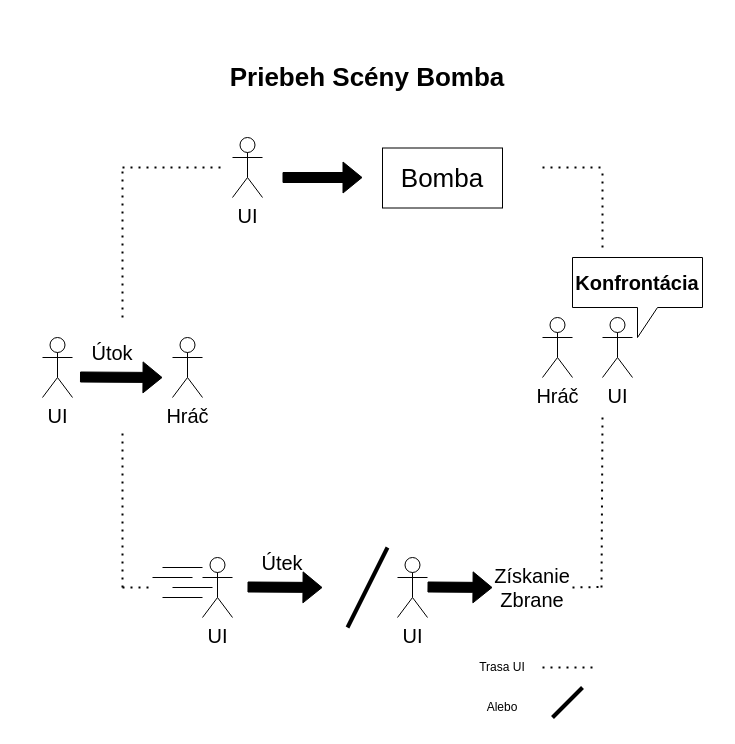
This is bomba.drawio from MatejMistik/bachelors-fear-factor, a draw.io file, before an edit. Source tidied: cells renumbered, new cells numbered last; positions are measured from the earlier drawing's top-left corner, leaving out a move shared by most shapes. Both pictures are drawn from the tidied source at 100%, with x=0, y=0 at pixel (42, 37).
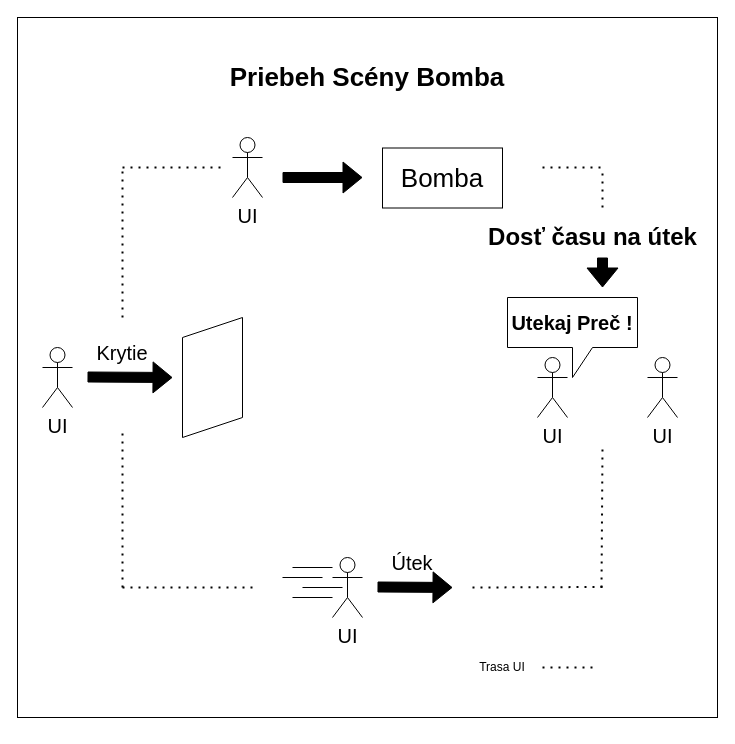
The same page after the edit.

Change to the diagram source:
```diff
@@
+    <mxCell id="37" style="whiteSpace=wrap;html=1;" parent="1" vertex="1">
+      <mxGeometry x="-25" y="-20" width="700" height="700" as="geometry" />
+    </mxCell>
@@
     <mxCell id="6" style="endArrow=none;dashed=1;html=1;dashPattern=1 3;strokeWidth=2;rounded=0;" parent="1" edge="1">
       <mxGeometry relative="1" as="geometry">
         <mxPoint x="80" y="550" as="sourcePoint" />
-        <mxPoint x="110" y="550" as="targetPoint" />
+        <mxPoint x="210" y="550" as="targetPoint" />
       </mxGeometry>
     </mxCell>
@@
     <mxCell id="9" style="endArrow=none;dashed=1;html=1;dashPattern=1 3;strokeWidth=2;rounded=0;" parent="1" edge="1">
       <mxGeometry relative="1" as="geometry">
-        <mxPoint x="530" y="550" as="sourcePoint" />
+        <mxPoint x="430" y="550" as="sourcePoint" />
         <mxPoint x="560" y="549.5" as="targetPoint" />
       </mxGeometry>
     </mxCell>
     <mxCell id="10" style="endArrow=none;dashed=1;html=1;dashPattern=1 3;strokeWidth=2;rounded=0;" parent="1" edge="1">
       <mxGeometry relative="1" as="geometry">
         <mxPoint x="559" y="550" as="sourcePoint" />
-        <mxPoint x="560" y="380" as="targetPoint" />
+        <mxPoint x="560" y="410" as="targetPoint" />
       </mxGeometry>
     </mxCell>
     <mxCell id="11" style="endArrow=none;dashed=1;html=1;dashPattern=1 3;strokeWidth=2;rounded=0;" parent="1" edge="1">
       <mxGeometry relative="1" as="geometry">
-        <mxPoint x="560" y="210" as="sourcePoint" />
+        <mxPoint x="560" y="170" as="sourcePoint" />
         <mxPoint x="560" y="130" as="targetPoint" />
       </mxGeometry>
     </mxCell>
@@
-    <mxCell id="14" value="UI" style="shape=umlActor;verticalLabelPosition=bottom;verticalAlign=top;html=1;fontSize=20;" parent="1" vertex="1">
-      <mxGeometry x="160" y="520" width="30" height="60" as="geometry" />
-    </mxCell>
-    <mxCell id="15" style="shape=flexArrow;endArrow=classic;html=1;rounded=0;fontSize=20;fillColor=#000000;" parent="1" edge="1">
-      <mxGeometry relative="1" as="geometry">
-        <mxPoint x="205" y="549.5" as="sourcePoint" />
-        <mxPoint x="280" y="550" as="targetPoint" />
-      </mxGeometry>
-    </mxCell>
-    <mxCell id="16" style="endArrow=none;html=1;rounded=0;fontSize=20;fillColor=#000000;" parent="1" edge="1">
-      <mxGeometry relative="1" as="geometry">
-        <mxPoint x="120" y="560" as="sourcePoint" />
-        <mxPoint x="160" y="560" as="targetPoint" />
-      </mxGeometry>
-    </mxCell>
-    <mxCell id="17" style="endArrow=none;html=1;rounded=0;fontSize=20;fillColor=#000000;" parent="1" edge="1">
-      <mxGeometry relative="1" as="geometry">
-        <mxPoint x="130" y="550" as="sourcePoint" />
-        <mxPoint x="170" y="550" as="targetPoint" />
-      </mxGeometry>
-    </mxCell>
-    <mxCell id="18" style="endArrow=none;html=1;rounded=0;fontSize=20;fillColor=#000000;" parent="1" edge="1">
-      <mxGeometry relative="1" as="geometry">
-        <mxPoint x="110" y="540" as="sourcePoint" />
-        <mxPoint x="150" y="540" as="targetPoint" />
-      </mxGeometry>
-    </mxCell>
-    <mxCell id="19" style="endArrow=none;html=1;rounded=0;fontSize=20;fillColor=#000000;" parent="1" edge="1">
-      <mxGeometry relative="1" as="geometry">
-        <mxPoint x="120" y="530" as="sourcePoint" />
-        <mxPoint x="160" y="530" as="targetPoint" />
-      </mxGeometry>
-    </mxCell>
-    <mxCell id="20" value="Útek" style="text;html=1;strokeColor=none;fillColor=none;align=center;verticalAlign=middle;whiteSpace=wrap;rounded=0;fontSize=20;" parent="1" vertex="1">
-      <mxGeometry x="210" y="510" width="60" height="30" as="geometry" />
-    </mxCell>
-    <mxCell id="21" style="endArrow=none;html=1;rounded=0;fontSize=40;strokeWidth=4;" parent="1" edge="1">
-      <mxGeometry relative="1" as="geometry">
-        <mxPoint x="305" y="590" as="sourcePoint" />
-        <mxPoint x="345" y="510" as="targetPoint" />
-      </mxGeometry>
-    </mxCell>
-    <mxCell id="22" style="endArrow=none;html=1;rounded=0;fontSize=40;strokeWidth=4;" parent="1" edge="1">
-      <mxGeometry relative="1" as="geometry">
-        <mxPoint x="510" y="680" as="sourcePoint" />
-        <mxPoint x="540" y="650" as="targetPoint" />
-      </mxGeometry>
-    </mxCell>
-    <mxCell id="23" value="Alebo" style="text;html=1;strokeColor=none;fillColor=none;align=center;verticalAlign=middle;whiteSpace=wrap;rounded=0;" parent="1" vertex="1">
-      <mxGeometry x="430" y="650" width="60" height="40" as="geometry" />
-    </mxCell>
     <mxCell id="24" value="&lt;font style=&quot;font-size: 20px;&quot;&gt;UI&lt;/font&gt;" style="shape=umlActor;verticalLabelPosition=bottom;verticalAlign=top;html=1;" parent="1" vertex="1">
-      <mxGeometry x="560" y="280" width="30" height="60" as="geometry" />
+      <mxGeometry x="495" y="320" width="30" height="60" as="geometry" />
     </mxCell>
-    <mxCell id="25" value="&lt;font style=&quot;font-size: 20px;&quot;&gt;Hráč&lt;/font&gt;" style="shape=umlActor;verticalLabelPosition=bottom;verticalAlign=top;html=1;" parent="1" vertex="1">
-      <mxGeometry x="500" y="280" width="30" height="60" as="geometry" />
+    <mxCell id="25" value="&lt;font style=&quot;font-size: 20px;&quot;&gt;UI&lt;/font&gt;" style="shape=umlActor;verticalLabelPosition=bottom;verticalAlign=top;html=1;" parent="1" vertex="1">
+      <mxGeometry x="605" y="320" width="30" height="60" as="geometry" />
     </mxCell>
     <mxCell id="26" style="shape=callout;whiteSpace=wrap;html=1;perimeter=calloutPerimeter;" parent="1" vertex="1">
-      <mxGeometry x="530" y="220" width="130" height="80" as="geometry" />
+      <mxGeometry x="465" y="260" width="130" height="80" as="geometry" />
     </mxCell>
-    <mxCell id="27" value="Konfrontácia" style="text;html=1;strokeColor=none;fillColor=none;align=center;verticalAlign=middle;whiteSpace=wrap;rounded=0;fontStyle=1;fontSize=20;" parent="1" vertex="1">
-      <mxGeometry x="530" y="220" width="130" height="50" as="geometry" />
+    <mxCell id="27" value="Utekaj Preč !" style="text;html=1;strokeColor=none;fillColor=none;align=center;verticalAlign=middle;whiteSpace=wrap;rounded=0;fontStyle=1;fontSize=20;" parent="1" vertex="1">
+      <mxGeometry x="465" y="260" width="130" height="50" as="geometry" />
     </mxCell>
-    <mxCell id="28" value="&lt;font style=&quot;font-size: 20px;&quot;&gt;UI&lt;/font&gt;" style="shape=umlActor;verticalLabelPosition=bottom;verticalAlign=top;html=1;" parent="1" vertex="1">
-      <mxGeometry y="300" width="30" height="60" as="geometry" />
-    </mxCell>
-    <mxCell id="29" style="shape=flexArrow;endArrow=classic;html=1;rounded=0;fontSize=20;fillColor=#000000;" parent="1" edge="1">
-      <mxGeometry relative="1" as="geometry">
-        <mxPoint x="37.5" y="339.5" as="sourcePoint" />
-        <mxPoint x="120" y="340" as="targetPoint" />
-      </mxGeometry>
-    </mxCell>
-    <mxCell id="30" value="Útok" style="text;html=1;strokeColor=none;fillColor=none;align=center;verticalAlign=middle;whiteSpace=wrap;rounded=0;fontSize=20;" parent="1" vertex="1">
-      <mxGeometry x="40" y="300" width="60" height="30" as="geometry" />
-    </mxCell>
-    <mxCell id="31" value="&lt;font style=&quot;font-size: 20px;&quot;&gt;Hráč&lt;/font&gt;" style="shape=umlActor;verticalLabelPosition=bottom;verticalAlign=top;html=1;" parent="1" vertex="1">
-      <mxGeometry x="130" y="300" width="30" height="60" as="geometry" />
-    </mxCell>
-    <mxCell id="32" value="&lt;font style=&quot;font-size: 20px;&quot;&gt;UI&lt;/font&gt;" style="shape=umlActor;verticalLabelPosition=bottom;verticalAlign=top;html=1;" parent="1" vertex="1">
-      <mxGeometry x="355" y="520" width="30" height="60" as="geometry" />
-    </mxCell>
-    <mxCell id="33" value="Získanie Zbrane" style="text;html=1;strokeColor=none;fillColor=none;align=center;verticalAlign=middle;whiteSpace=wrap;rounded=0;fontSize=20;" parent="1" vertex="1">
-      <mxGeometry x="460" y="535" width="60" height="30" as="geometry" />
-    </mxCell>
-    <mxCell id="34" style="shape=flexArrow;endArrow=classic;html=1;rounded=0;fontSize=20;fillColor=#000000;" parent="1" edge="1">
-      <mxGeometry relative="1" as="geometry">
-        <mxPoint x="385" y="549.5" as="sourcePoint" />
-        <mxPoint x="450" y="550" as="targetPoint" />
-      </mxGeometry>
-    </mxCell>
@@
+    <mxCell id="38" value="Dosť času na útek" style="text;strokeColor=none;fillColor=none;html=1;fontSize=24;fontStyle=1;verticalAlign=middle;align=center;" parent="1" vertex="1">
+      <mxGeometry x="500" y="180" width="100" height="40" as="geometry" />
+    </mxCell>
+    <mxCell id="39" value="UI" style="shape=umlActor;verticalLabelPosition=bottom;verticalAlign=top;html=1;fontSize=20;" parent="1" vertex="1">
+      <mxGeometry y="310" width="30" height="60" as="geometry" />
+    </mxCell>
+    <mxCell id="40" style="shape=flexArrow;endArrow=classic;html=1;rounded=0;fontSize=20;fillColor=#000000;" parent="1" edge="1">
+      <mxGeometry relative="1" as="geometry">
+        <mxPoint x="45" y="339.5" as="sourcePoint" />
+        <mxPoint x="130" y="340" as="targetPoint" />
+      </mxGeometry>
+    </mxCell>
+    <mxCell id="41" value="Krytie" style="text;html=1;strokeColor=none;fillColor=none;align=center;verticalAlign=middle;whiteSpace=wrap;rounded=0;fontSize=20;" parent="1" vertex="1">
+      <mxGeometry x="50" y="300" width="60" height="30" as="geometry" />
+    </mxCell>
+    <mxCell id="42" style="shape=parallelogram;perimeter=parallelogramPerimeter;whiteSpace=wrap;html=1;fixedSize=1;fontSize=20;direction=north;flipV=1;" parent="1" vertex="1">
+      <mxGeometry x="140" y="280" width="60" height="120" as="geometry" />
+    </mxCell>
+    <mxCell id="43" value="UI" style="shape=umlActor;verticalLabelPosition=bottom;verticalAlign=top;html=1;fontSize=20;" parent="1" vertex="1">
+      <mxGeometry x="290" y="520" width="30" height="60" as="geometry" />
+    </mxCell>
+    <mxCell id="44" style="shape=flexArrow;endArrow=classic;html=1;rounded=0;fontSize=20;fillColor=#000000;" parent="1" edge="1">
+      <mxGeometry relative="1" as="geometry">
+        <mxPoint x="335" y="549.5" as="sourcePoint" />
+        <mxPoint x="410" y="550" as="targetPoint" />
+      </mxGeometry>
+    </mxCell>
+    <mxCell id="45" style="endArrow=none;html=1;rounded=0;fontSize=20;fillColor=#000000;" parent="1" edge="1">
+      <mxGeometry relative="1" as="geometry">
+        <mxPoint x="250" y="560" as="sourcePoint" />
+        <mxPoint x="290" y="560" as="targetPoint" />
+      </mxGeometry>
+    </mxCell>
+    <mxCell id="46" style="endArrow=none;html=1;rounded=0;fontSize=20;fillColor=#000000;" parent="1" edge="1">
+      <mxGeometry relative="1" as="geometry">
+        <mxPoint x="260" y="550" as="sourcePoint" />
+        <mxPoint x="300" y="550" as="targetPoint" />
+      </mxGeometry>
+    </mxCell>
+    <mxCell id="47" style="endArrow=none;html=1;rounded=0;fontSize=20;fillColor=#000000;" parent="1" edge="1">
+      <mxGeometry relative="1" as="geometry">
+        <mxPoint x="240" y="540" as="sourcePoint" />
+        <mxPoint x="280" y="540" as="targetPoint" />
+      </mxGeometry>
+    </mxCell>
+    <mxCell id="48" style="endArrow=none;html=1;rounded=0;fontSize=20;fillColor=#000000;" parent="1" edge="1">
+      <mxGeometry relative="1" as="geometry">
+        <mxPoint x="250" y="530" as="sourcePoint" />
+        <mxPoint x="290" y="530" as="targetPoint" />
+      </mxGeometry>
+    </mxCell>
+    <mxCell id="20" value="Útek" style="text;html=1;strokeColor=none;fillColor=none;align=center;verticalAlign=middle;whiteSpace=wrap;rounded=0;fontSize=20;" parent="1" vertex="1">
+      <mxGeometry x="340" y="510" width="60" height="30" as="geometry" />
+    </mxCell>
+    <mxCell id="49" style="shape=flexArrow;endArrow=classic;html=1;rounded=0;fontSize=20;fillColor=#000000;" parent="1" edge="1">
+      <mxGeometry relative="1" as="geometry">
+        <mxPoint x="560" y="220" as="sourcePoint" />
+        <mxPoint x="560" y="250" as="targetPoint" />
+      </mxGeometry>
+    </mxCell>
```
